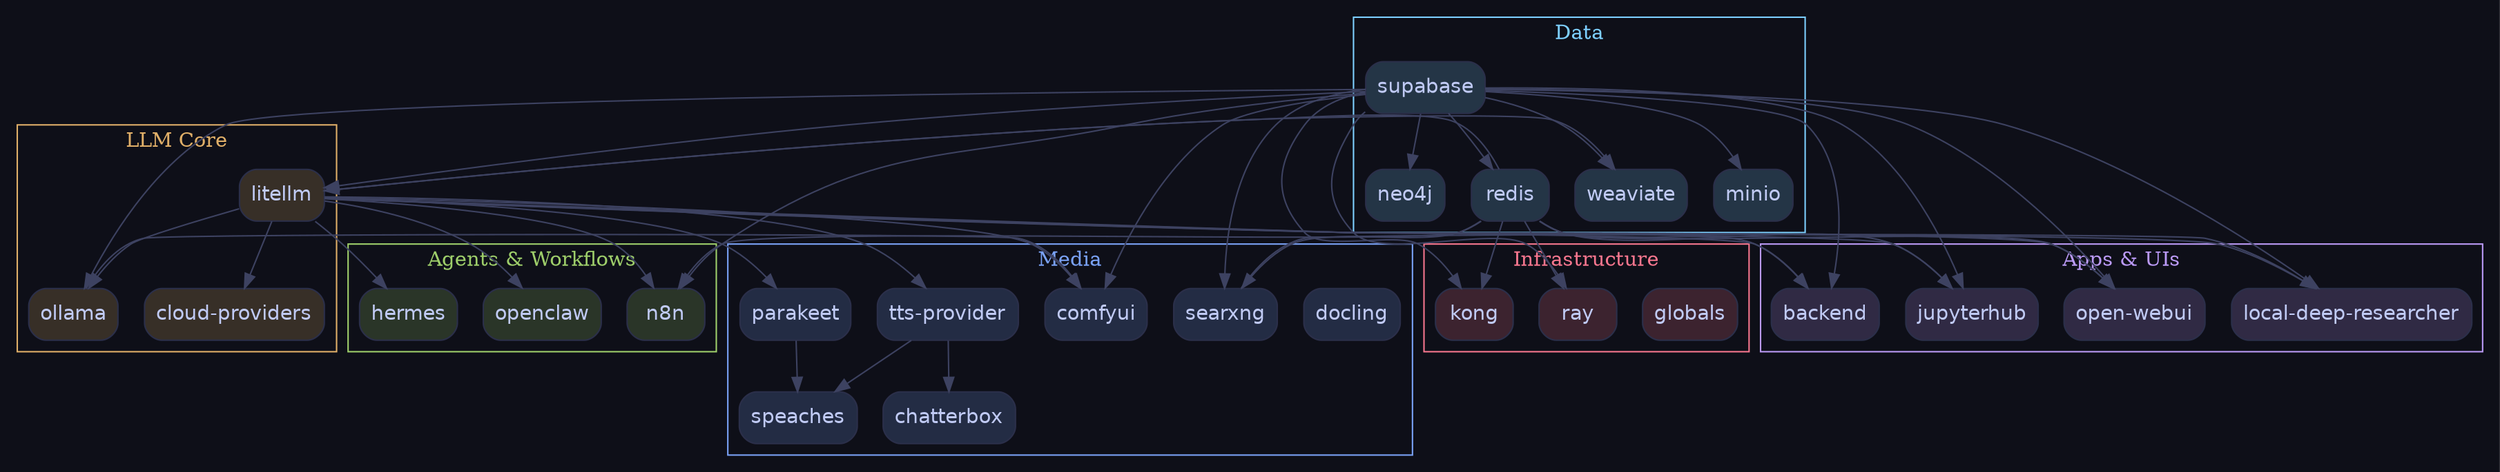
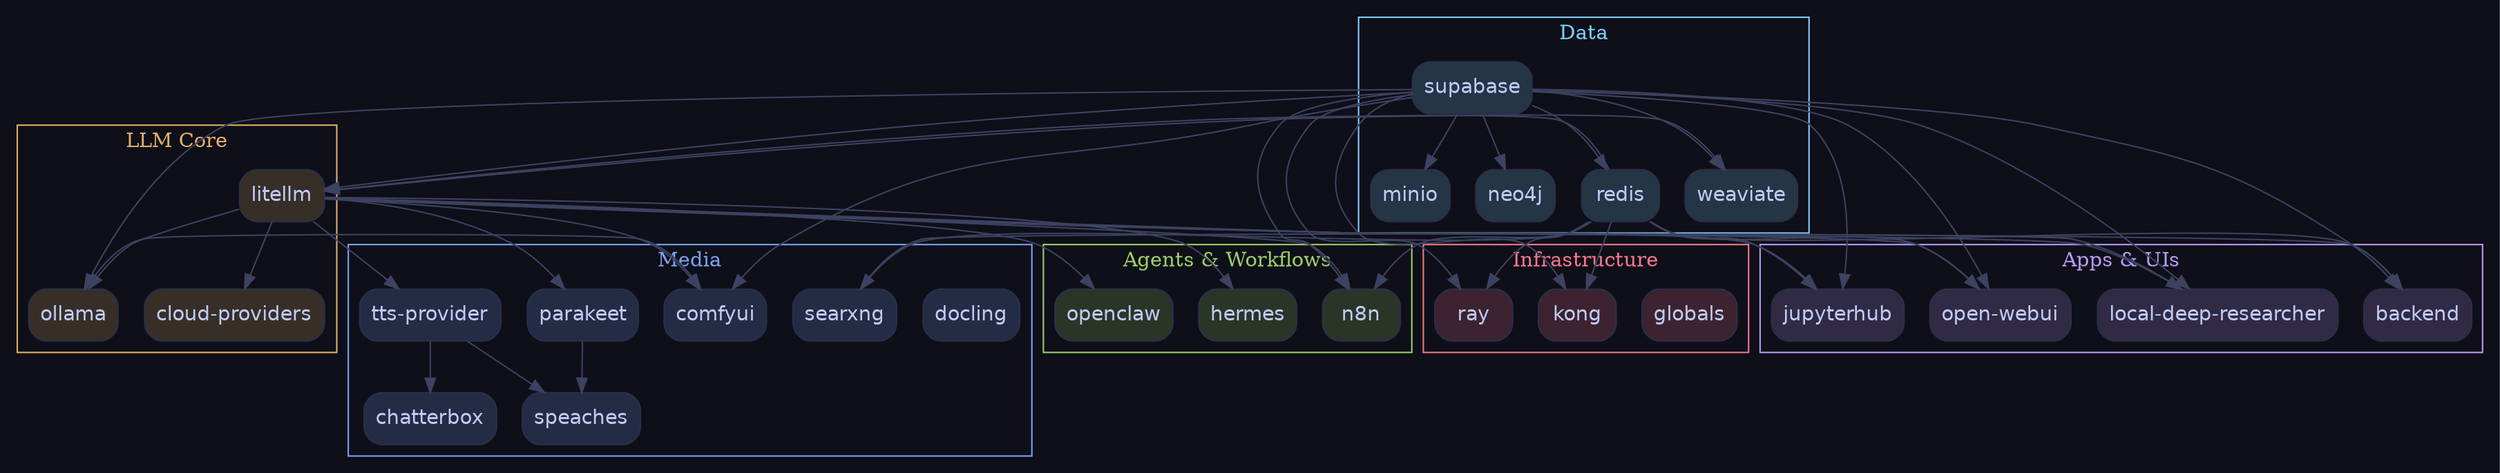
digraph stack {
  rankdir=TB;
  bgcolor="#0e0f18";
  node [shape=box, style="filled,rounded", fontname="Helvetica", fontcolor="#c0caf5", color="#2b2f4a"];
  edge [color="#3d4261"];

  subgraph "cluster_infra" {
    label="Infrastructure";
    fontcolor="#f7768e";
    color="#f7768e";
    "globals" [fillcolor="#f7768e33"];
    "kong" [fillcolor="#f7768e33"];
    "ray" [fillcolor="#f7768e33"];
  }

  subgraph "cluster_data" {
    label="Data";
    fontcolor="#7dcfff";
    color="#7dcfff";
    "supabase" [fillcolor="#7dcfff33"];
    "minio" [fillcolor="#7dcfff33"];
    "neo4j" [fillcolor="#7dcfff33"];
    "redis" [fillcolor="#7dcfff33"];
    "weaviate" [fillcolor="#7dcfff33"];
  }

  subgraph "cluster_llm" {
    label="LLM Core";
    fontcolor="#e0af68";
    color="#e0af68";
    "litellm" [fillcolor="#e0af6833"];
    "cloud-providers" [fillcolor="#e0af6833"];
    "ollama" [fillcolor="#e0af6833"];
  }

  subgraph "cluster_media" {
    label="Media";
    fontcolor="#7aa2f7";
    color="#7aa2f7";
    "docling" [fillcolor="#7aa2f733"];
    "comfyui" [fillcolor="#7aa2f733"];
    "parakeet" [fillcolor="#7aa2f733"];
    "searxng" [fillcolor="#7aa2f733"];
    "tts-provider" [fillcolor="#7aa2f733"];
    "chatterbox" [fillcolor="#7aa2f733"];
    "speaches" [fillcolor="#7aa2f733"];
  }

  subgraph "cluster_agents" {
    label="Agents & Workflows";
    fontcolor="#9ece6a";
    color="#9ece6a";
    "hermes" [fillcolor="#9ece6a33"];
    "n8n" [fillcolor="#9ece6a33"];
    "openclaw" [fillcolor="#9ece6a33"];
  }

  subgraph "cluster_apps" {
    label="Apps & UIs";
    fontcolor="#bb9af7";
    color="#bb9af7";
    "backend" [fillcolor="#bb9af733"];
    "jupyterhub" [fillcolor="#bb9af733"];
    "open-webui" [fillcolor="#bb9af733"];
    "local-deep-researcher" [fillcolor="#bb9af733"];
  }

  "supabase" -> "backend";
  "redis" -> "backend";
  "litellm" -> "backend";
  "tts-provider" -> "chatterbox";
  "litellm" -> "cloud-providers";
  "supabase" -> "comfyui";
  "litellm" -> "comfyui";
  "ollama" -> "comfyui";
  "litellm" -> "hermes";
  "supabase" -> "jupyterhub";
  "redis" -> "jupyterhub";
  "litellm" -> "jupyterhub";
  "supabase" -> "kong";
  "redis" -> "kong";
  "supabase" -> "litellm";
  "redis" -> "litellm";
  "supabase" -> "local-deep-researcher";
  "searxng" -> "local-deep-researcher";
  "litellm" -> "local-deep-researcher";
  "supabase" -> "minio";
  "supabase" -> "n8n";
  "redis" -> "n8n";
  "litellm" -> "n8n";
  "supabase" -> "neo4j";
  "supabase" -> "ollama";
  "litellm" -> "ollama";
  "supabase" -> "open-webui";
  "redis" -> "open-webui";
  "litellm" -> "open-webui";
  "litellm" -> "openclaw";
  "litellm" -> "parakeet";
  "supabase" -> "ray";
  "redis" -> "ray";
  "supabase" -> "redis";
-   "supabase" -> "searxng";
  "redis" -> "searxng";
  "parakeet" -> "speaches";
  "tts-provider" -> "speaches";
  "litellm" -> "tts-provider";
  "supabase" -> "weaviate";
  "litellm" -> "weaviate";
}
